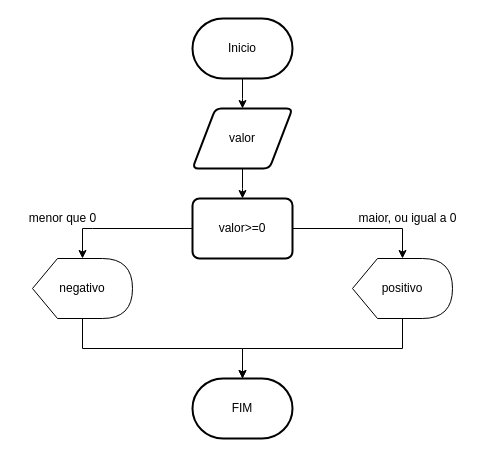
Earlier version of the draw.io diagram 2ATVquestão.drawio (MarcosWPinheiroM/php). Source tidied: cells renumbered, new cells numbered last; positions are measured from the earlier drawing's top-left corner, leaving out a move shared by most shapes. Both pictures are drawn from the tidied source at 100%, with x=0, y=0 at pixel (17, 18).
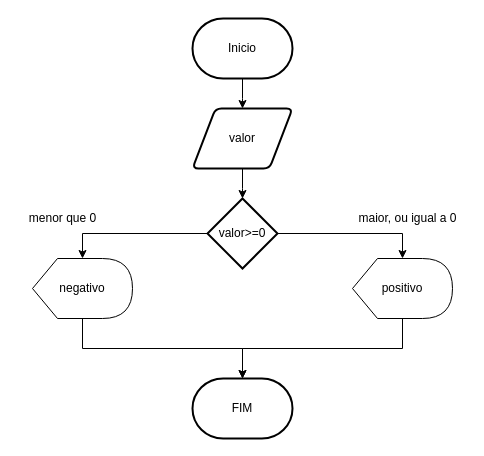
The same diagram, later.

Change to the diagram source:
```diff
@@
-    <mxCell id="6" style="edgeStyle=orthogonalEdgeStyle;rounded=0;jettySize=auto;html=1;" parent="1" edge="1" source="8">
+    <mxCell id="6" style="edgeStyle=orthogonalEdgeStyle;rounded=0;jettySize=auto;html=1;exitX=0;exitY=0.5;exitDx=0;exitDy=0;exitPerimeter=0;" parent="1" edge="1" source="8">
       <mxGeometry relative="1" as="geometry">
         <mxPoint x="65" y="240" as="targetPoint" />
         <Array as="points">
-          <mxPoint x="75" y="210" />
-          <mxPoint x="75" y="210" />
+          <mxPoint x="65" y="215" />
         </Array>
       </mxGeometry>
     </mxCell>
-    <mxCell id="7" style="edgeStyle=orthogonalEdgeStyle;rounded=0;jettySize=auto;html=1;" parent="1" edge="1" source="8">
+    <mxCell id="7" style="edgeStyle=orthogonalEdgeStyle;rounded=0;jettySize=auto;html=1;exitX=1;exitY=0.5;exitDx=0;exitDy=0;exitPerimeter=0;" parent="1" edge="1" source="8">
       <mxGeometry relative="1" as="geometry">
         <mxPoint x="385" y="240" as="targetPoint" />
         <Array as="points">
-          <mxPoint x="385" y="210" />
-          <mxPoint x="385" y="210" />
+          <mxPoint x="385" y="215" />
         </Array>
       </mxGeometry>
     </mxCell>
-    <mxCell id="8" value="valor&amp;gt;=0" style="rounded=1;whiteSpace=wrap;html=1;absoluteArcSize=1;arcSize=14;strokeWidth=2;" parent="1" vertex="1">
-      <mxGeometry x="175" y="180" width="100" height="60" as="geometry" />
-    </mxCell>
@@
+    <mxCell id="8" value="valor&amp;gt;=0" style="strokeWidth=2;html=1;shape=mxgraph.flowchart.decision;whiteSpace=wrap;" parent="1" vertex="1">
+      <mxGeometry x="190" y="180" width="70" height="70" as="geometry" />
+    </mxCell>
```
